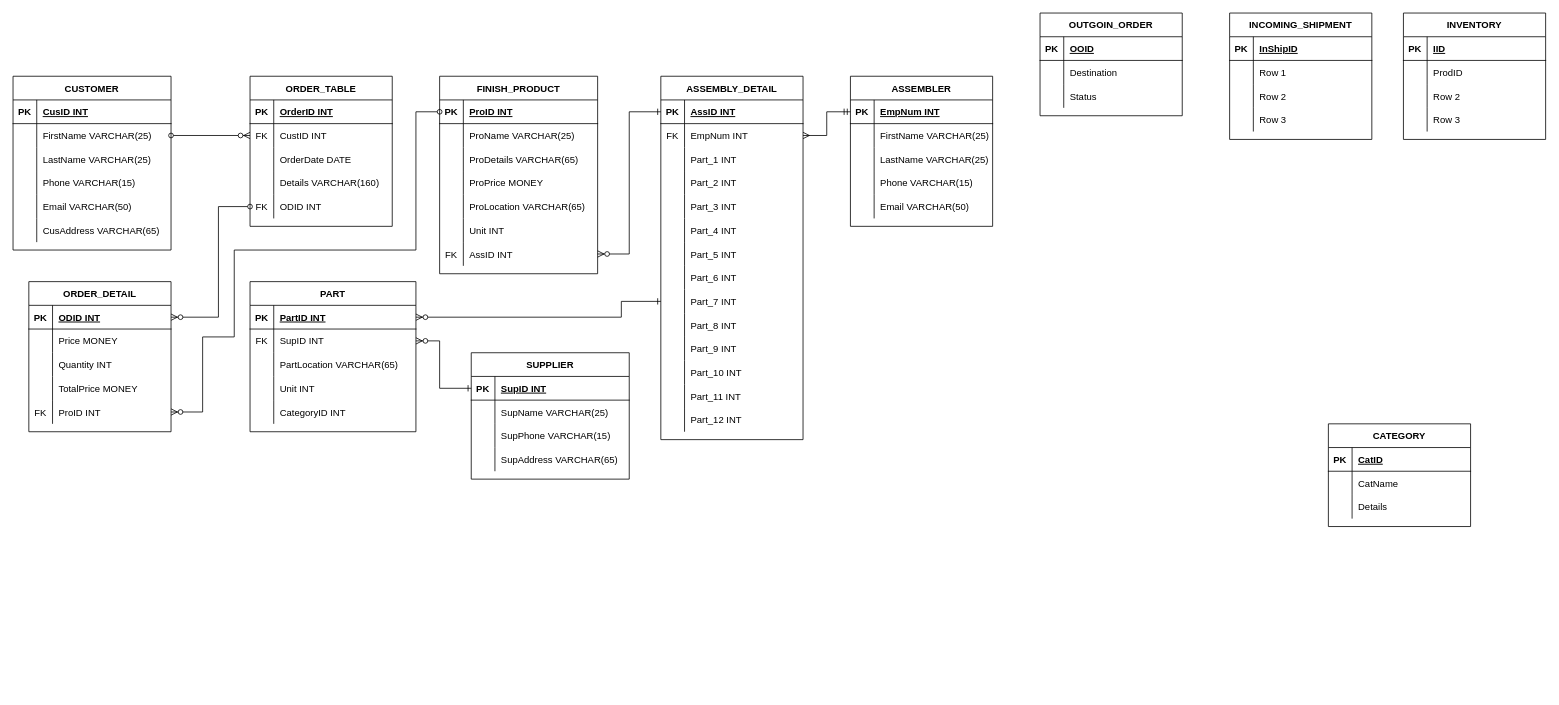
Earlier version of the draw.io diagram Copy of myAssignment1.drawio (trannthany/IT703_Database_FrontEnd). Source tidied: cells renumbered, new cells numbered last; positions are measured from the earlier drawing's top-left corner, leaving out a move shared by most shapes. Both pictures are drawn from the tidied source at 79%, with x=0, y=0 at pixel (13, 13).
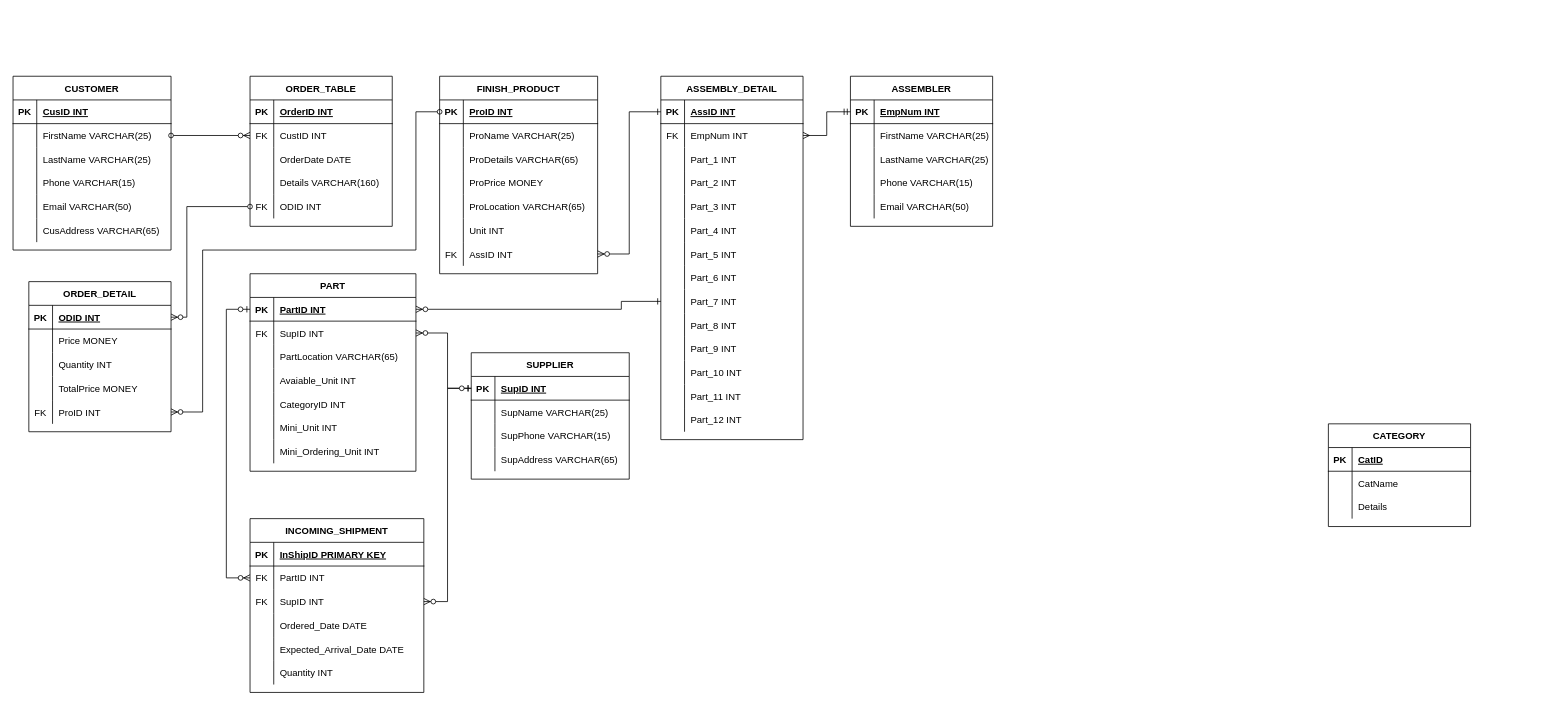
Above is the later version.

The change refers to these unchanged cells:
```xml
<mxCell id="39" style="shape=partialRectangle;fillColor=none;top=0;left=0;bottom=1;right=0;points=[[0,0.5],[1,0.5]];portConstraint=eastwest;" parent="38" vertex="1">
  <mxGeometry y="30" width="200" height="30" as="geometry" />
</mxCell>
<mxCell id="52" style="shape=partialRectangle;fillColor=none;top=0;left=0;bottom=1;right=0;points=[[0,0.5],[1,0.5]];portConstraint=eastwest;" parent="51" vertex="1">
  <mxGeometry y="30" width="210" height="30" as="geometry" />
</mxCell>
<mxCell id="55" style="shape=partialRectangle;fillColor=none;top=0;left=0;bottom=0;right=0;points=[[0,0.5],[1,0.5]];portConstraint=eastwest;" parent="51" vertex="1">
  <mxGeometry y="60" width="210" height="30" as="geometry" />
</mxCell>
<mxCell id="61" style="shape=partialRectangle;fillColor=none;top=0;left=0;bottom=0;right=0;" parent="51" vertex="1">
  <mxGeometry y="120" width="210" height="30" as="geometry" />
</mxCell>
<mxCell id="90" style="shape=partialRectangle;fillColor=none;top=0;left=0;bottom=0;right=0;points=[[0,0.5],[1,0.5]];portConstraint=eastwest;" parent="77" vertex="1">
  <mxGeometry y="150" width="180" height="30" as="geometry" />
</mxCell>
<mxCell id="95" style="shape=partialRectangle;fillColor=none;top=0;left=0;bottom=1;right=0;points=[[0,0.5],[1,0.5]];portConstraint=eastwest;" parent="94" vertex="1">
  <mxGeometry y="30" width="180" height="30" as="geometry" />
</mxCell>
<mxCell id="107" style="shape=partialRectangle;fillColor=none;top=0;left=0;bottom=0;right=0;points=[[0,0.5],[1,0.5]];portConstraint=eastwest;" parent="94" vertex="1">
  <mxGeometry y="150" width="180" height="30" as="geometry" />
</mxCell>
<mxCell id="135" style="shape=partialRectangle;fillColor=none;top=0;left=0;bottom=0;right=0;points=[[0,0.5],[1,0.5]];portConstraint=eastwest;" parent="110" vertex="1">
  <mxGeometry y="270" width="180" height="30" as="geometry" />
</mxCell>
<mxCell id="174" style="shape=partialRectangle;fillColor=none;top=0;left=0;bottom=1;right=0;points=[[0,0.5],[1,0.5]];portConstraint=eastwest;" parent="173" vertex="1">
  <mxGeometry y="30" width="200" height="30" as="geometry" />
</mxCell>
```

The edit, as a diff of the source:
```diff
@@
     <mxCell id="2" value="INCOMING_SHIPMENT" style="shape=table;startSize=30;childLayout=tableLayout;rowLines=0;fontStyle=1;align=center;" parent="1" vertex="1">
-      <mxGeometry x="1540" width="180" height="160" as="geometry" />
+      <mxGeometry x="300" y="640" width="220" height="220" as="geometry" />
     </mxCell>
     <mxCell id="3" style="shape=partialRectangle;fillColor=none;top=0;left=0;bottom=1;right=0;" parent="2" vertex="1">
-      <mxGeometry y="30" width="180" height="30" as="geometry" />
+      <mxGeometry y="30" width="220" height="30" as="geometry" />
     </mxCell>
@@
-    <mxCell id="5" value="InShipID" style="shape=partialRectangle;fillColor=none;top=0;left=0;bottom=0;right=0;align=left;spacingLeft=6;fontStyle=5;overflow=hidden;" parent="3" vertex="1">
-      <mxGeometry x="30" width="150" height="30" as="geometry" />
+    <mxCell id="5" value="InShipID PRIMARY KEY" style="shape=partialRectangle;fillColor=none;top=0;left=0;bottom=0;right=0;align=left;spacingLeft=6;fontStyle=5;overflow=hidden;" parent="3" vertex="1">
+      <mxGeometry x="30" width="190" height="30" as="geometry" />
     </mxCell>
     <mxCell id="6" style="shape=partialRectangle;fillColor=none;top=0;left=0;bottom=0;right=0;points=[[0,0.5],[1,0.5]];portConstraint=eastwest;" parent="2" vertex="1">
-      <mxGeometry y="60" width="180" height="30" as="geometry" />
+      <mxGeometry y="60" width="220" height="30" as="geometry" />
     </mxCell>
-    <mxCell id="7" style="shape=partialRectangle;fillColor=none;top=0;left=0;bottom=0;right=0;overflow=hidden;" parent="6" vertex="1">
+    <mxCell id="7" value="FK" style="shape=partialRectangle;fillColor=none;top=0;left=0;bottom=0;right=0;overflow=hidden;" parent="6" vertex="1">
       <mxGeometry width="30" height="30" as="geometry" />
     </mxCell>
-    <mxCell id="8" value="Row 1" style="shape=partialRectangle;fillColor=none;top=0;left=0;bottom=0;right=0;align=left;spacingLeft=6;overflow=hidden;" parent="6" vertex="1">
-      <mxGeometry x="30" width="150" height="30" as="geometry" />
+    <mxCell id="8" value="PartID INT" style="shape=partialRectangle;fillColor=none;top=0;left=0;bottom=0;right=0;align=left;spacingLeft=6;overflow=hidden;" parent="6" vertex="1">
+      <mxGeometry x="30" width="190" height="30" as="geometry" />
     </mxCell>
     <mxCell id="9" style="shape=partialRectangle;fillColor=none;top=0;left=0;bottom=0;right=0;points=[[0,0.5],[1,0.5]];portConstraint=eastwest;" parent="2" vertex="1">
-      <mxGeometry y="90" width="180" height="30" as="geometry" />
+      <mxGeometry y="90" width="220" height="30" as="geometry" />
     </mxCell>
-    <mxCell id="10" style="shape=partialRectangle;fillColor=none;top=0;left=0;bottom=0;right=0;overflow=hidden;" parent="9" vertex="1">
+    <mxCell id="10" value="FK" style="shape=partialRectangle;fillColor=none;top=0;left=0;bottom=0;right=0;overflow=hidden;" parent="9" vertex="1">
       <mxGeometry width="30" height="30" as="geometry" />
     </mxCell>
-    <mxCell id="11" value="Row 2" style="shape=partialRectangle;fillColor=none;top=0;left=0;bottom=0;right=0;align=left;spacingLeft=6;overflow=hidden;" parent="9" vertex="1">
-      <mxGeometry x="30" width="150" height="30" as="geometry" />
+    <mxCell id="11" value="SupID INT" style="shape=partialRectangle;fillColor=none;top=0;left=0;bottom=0;right=0;align=left;spacingLeft=6;overflow=hidden;" parent="9" vertex="1">
+      <mxGeometry x="30" width="190" height="30" as="geometry" />
     </mxCell>
     <mxCell id="12" style="shape=partialRectangle;fillColor=none;top=0;left=0;bottom=0;right=0;" parent="2" vertex="1">
-      <mxGeometry y="120" width="180" height="30" as="geometry" />
+      <mxGeometry y="120" width="220" height="30" as="geometry" />
     </mxCell>
@@
-    <mxCell id="14" value="Row 3" style="shape=partialRectangle;fillColor=none;top=0;left=0;bottom=0;right=0;align=left;spacingLeft=6;overflow=hidden;" parent="12" vertex="1">
-      <mxGeometry x="30" width="150" height="30" as="geometry" />
+    <mxCell id="14" value="Ordered_Date DATE" style="shape=partialRectangle;fillColor=none;top=0;left=0;bottom=0;right=0;align=left;spacingLeft=6;overflow=hidden;" parent="12" vertex="1">
+      <mxGeometry x="30" width="190" height="30" as="geometry" />
     </mxCell>
-    <mxCell id="15" value="OUTGOIN_ORDER" style="shape=table;startSize=30;childLayout=tableLayout;rowLines=0;fontStyle=1;align=center;" parent="1" vertex="1">
-      <mxGeometry x="1300" width="180" height="130" as="geometry" />
-    </mxCell>
-    <mxCell id="16" style="shape=partialRectangle;fillColor=none;top=0;left=0;bottom=1;right=0;" parent="15" vertex="1">
-      <mxGeometry y="30" width="180" height="30" as="geometry" />
-    </mxCell>
-    <mxCell id="17" value="PK" style="shape=partialRectangle;fillColor=none;top=0;left=0;bottom=0;right=0;fontStyle=1;overflow=hidden;" parent="16" vertex="1">
-      <mxGeometry width="30" height="30" as="geometry" />
-    </mxCell>
-    <mxCell id="18" value="OOID" style="shape=partialRectangle;fillColor=none;top=0;left=0;bottom=0;right=0;align=left;spacingLeft=6;fontStyle=5;overflow=hidden;" parent="16" vertex="1">
-      <mxGeometry x="30" width="150" height="30" as="geometry" />
-    </mxCell>
-    <mxCell id="19" style="shape=partialRectangle;fillColor=none;top=0;left=0;bottom=0;right=0;" parent="15" vertex="1">
-      <mxGeometry y="60" width="180" height="30" as="geometry" />
-    </mxCell>
-    <mxCell id="20" style="shape=partialRectangle;fillColor=none;top=0;left=0;bottom=0;right=0;overflow=hidden;" parent="19" vertex="1">
-      <mxGeometry width="30" height="30" as="geometry" />
-    </mxCell>
-    <mxCell id="21" value="Destination" style="shape=partialRectangle;fillColor=none;top=0;left=0;bottom=0;right=0;align=left;spacingLeft=6;overflow=hidden;" parent="19" vertex="1">
-      <mxGeometry x="30" width="150" height="30" as="geometry" />
-    </mxCell>
-    <mxCell id="22" style="shape=partialRectangle;fillColor=none;top=0;left=0;bottom=0;right=0;" parent="15" vertex="1">
-      <mxGeometry y="90" width="180" height="30" as="geometry" />
-    </mxCell>
-    <mxCell id="23" style="shape=partialRectangle;fillColor=none;top=0;left=0;bottom=0;right=0;overflow=hidden;" parent="22" vertex="1">
-      <mxGeometry width="30" height="30" as="geometry" />
-    </mxCell>
-    <mxCell id="24" value="Status" style="shape=partialRectangle;fillColor=none;top=0;left=0;bottom=0;right=0;align=left;spacingLeft=6;overflow=hidden;" parent="22" vertex="1">
-      <mxGeometry x="30" width="150" height="30" as="geometry" />
-    </mxCell>
-    <mxCell id="25" value="INVENTORY" style="shape=table;startSize=30;childLayout=tableLayout;rowLines=0;fontStyle=1;align=center;" parent="1" vertex="1">
-      <mxGeometry x="1760" width="180" height="160" as="geometry" />
-    </mxCell>
-    <mxCell id="26" style="shape=partialRectangle;fillColor=none;top=0;left=0;bottom=1;right=0;" parent="25" vertex="1">
-      <mxGeometry y="30" width="180" height="30" as="geometry" />
-    </mxCell>
-    <mxCell id="27" value="PK" style="shape=partialRectangle;fillColor=none;top=0;left=0;bottom=0;right=0;fontStyle=1;overflow=hidden;" parent="26" vertex="1">
-      <mxGeometry width="30" height="30" as="geometry" />
-    </mxCell>
-    <mxCell id="28" value="IID" style="shape=partialRectangle;fillColor=none;top=0;left=0;bottom=0;right=0;align=left;spacingLeft=6;fontStyle=5;overflow=hidden;" parent="26" vertex="1">
-      <mxGeometry x="30" width="150" height="30" as="geometry" />
-    </mxCell>
-    <mxCell id="29" style="shape=partialRectangle;fillColor=none;top=0;left=0;bottom=0;right=0;" parent="25" vertex="1">
-      <mxGeometry y="60" width="180" height="30" as="geometry" />
-    </mxCell>
-    <mxCell id="30" style="shape=partialRectangle;fillColor=none;top=0;left=0;bottom=0;right=0;overflow=hidden;" parent="29" vertex="1">
-      <mxGeometry width="30" height="30" as="geometry" />
-    </mxCell>
-    <mxCell id="31" value="ProdID" style="shape=partialRectangle;fillColor=none;top=0;left=0;bottom=0;right=0;align=left;spacingLeft=6;overflow=hidden;" parent="29" vertex="1">
-      <mxGeometry x="30" width="150" height="30" as="geometry" />
-    </mxCell>
-    <mxCell id="32" style="shape=partialRectangle;fillColor=none;top=0;left=0;bottom=0;right=0;" parent="25" vertex="1">
-      <mxGeometry y="90" width="180" height="30" as="geometry" />
-    </mxCell>
-    <mxCell id="33" style="shape=partialRectangle;fillColor=none;top=0;left=0;bottom=0;right=0;overflow=hidden;" parent="32" vertex="1">
-      <mxGeometry width="30" height="30" as="geometry" />
-    </mxCell>
-    <mxCell id="34" value="Row 2" style="shape=partialRectangle;fillColor=none;top=0;left=0;bottom=0;right=0;align=left;spacingLeft=6;overflow=hidden;" parent="32" vertex="1">
-      <mxGeometry x="30" width="150" height="30" as="geometry" />
-    </mxCell>
-    <mxCell id="35" style="shape=partialRectangle;fillColor=none;top=0;left=0;bottom=0;right=0;" parent="25" vertex="1">
-      <mxGeometry y="120" width="180" height="30" as="geometry" />
-    </mxCell>
-    <mxCell id="36" style="shape=partialRectangle;fillColor=none;top=0;left=0;bottom=0;right=0;overflow=hidden;" parent="35" vertex="1">
-      <mxGeometry width="30" height="30" as="geometry" />
-    </mxCell>
-    <mxCell id="37" value="Row 3" style="shape=partialRectangle;fillColor=none;top=0;left=0;bottom=0;right=0;align=left;spacingLeft=6;overflow=hidden;" parent="35" vertex="1">
-      <mxGeometry x="30" width="150" height="30" as="geometry" />
-    </mxCell>
+    <mxCell id="216" style="shape=partialRectangle;fillColor=none;top=0;left=0;bottom=0;right=0;" parent="2" vertex="1">
+      <mxGeometry y="150" width="220" height="30" as="geometry" />
+    </mxCell>
+    <mxCell id="217" style="shape=partialRectangle;fillColor=none;top=0;left=0;bottom=0;right=0;overflow=hidden;" parent="216" vertex="1">
+      <mxGeometry width="30" height="30" as="geometry" />
+    </mxCell>
+    <mxCell id="218" value="Expected_Arrival_Date DATE" style="shape=partialRectangle;fillColor=none;top=0;left=0;bottom=0;right=0;align=left;spacingLeft=6;overflow=hidden;" parent="216" vertex="1">
+      <mxGeometry x="30" width="190" height="30" as="geometry" />
+    </mxCell>
+    <mxCell id="219" style="shape=partialRectangle;fillColor=none;top=0;left=0;bottom=0;right=0;" parent="2" vertex="1">
+      <mxGeometry y="180" width="220" height="30" as="geometry" />
+    </mxCell>
+    <mxCell id="220" style="shape=partialRectangle;fillColor=none;top=0;left=0;bottom=0;right=0;overflow=hidden;" parent="219" vertex="1">
+      <mxGeometry width="30" height="30" as="geometry" />
+    </mxCell>
+    <mxCell id="221" value="Quantity INT" style="shape=partialRectangle;fillColor=none;top=0;left=0;bottom=0;right=0;align=left;spacingLeft=6;overflow=hidden;" parent="219" vertex="1">
+      <mxGeometry x="30" width="190" height="30" as="geometry" />
+    </mxCell>
@@
     <mxCell id="51" value="PART" style="shape=table;startSize=30;childLayout=tableLayout;rowLines=0;fontStyle=1;align=center;" parent="1" vertex="1">
-      <mxGeometry x="300" y="340" width="210" height="190" as="geometry" />
+      <mxGeometry x="300" y="330" width="210" height="250" as="geometry" />
     </mxCell>
@@
-    <mxCell id="63" value="Unit INT" style="shape=partialRectangle;fillColor=none;top=0;left=0;bottom=0;right=0;align=left;spacingLeft=6;overflow=hidden;" parent="61" vertex="1">
+    <mxCell id="63" value="Avaiable_Unit INT" style="shape=partialRectangle;fillColor=none;top=0;left=0;bottom=0;right=0;align=left;spacingLeft=6;overflow=hidden;" parent="61" vertex="1">
       <mxGeometry x="30" width="180" height="30" as="geometry" />
     </mxCell>
@@
+    <mxCell id="222" style="shape=partialRectangle;fillColor=none;top=0;left=0;bottom=0;right=0;" parent="51" vertex="1">
+      <mxGeometry y="180" width="210" height="30" as="geometry" />
+    </mxCell>
+    <mxCell id="223" style="shape=partialRectangle;fillColor=none;top=0;left=0;bottom=0;right=0;overflow=hidden;" parent="222" vertex="1">
+      <mxGeometry width="30" height="30" as="geometry" />
+    </mxCell>
+    <mxCell id="224" value="Mini_Unit INT" style="shape=partialRectangle;fillColor=none;top=0;left=0;bottom=0;right=0;align=left;spacingLeft=6;overflow=hidden;" parent="222" vertex="1">
+      <mxGeometry x="30" width="180" height="30" as="geometry" />
+    </mxCell>
+    <mxCell id="225" style="shape=partialRectangle;fillColor=none;top=0;left=0;bottom=0;right=0;" parent="51" vertex="1">
+      <mxGeometry y="210" width="210" height="30" as="geometry" />
+    </mxCell>
+    <mxCell id="226" style="shape=partialRectangle;fillColor=none;top=0;left=0;bottom=0;right=0;overflow=hidden;" parent="225" vertex="1">
+      <mxGeometry width="30" height="30" as="geometry" />
+    </mxCell>
+    <mxCell id="227" value="Mini_Ordering_Unit INT" style="shape=partialRectangle;fillColor=none;top=0;left=0;bottom=0;right=0;align=left;spacingLeft=6;overflow=hidden;" parent="225" vertex="1">
+      <mxGeometry x="30" width="180" height="30" as="geometry" />
+    </mxCell>
@@
     <mxCell id="93" style="edgeStyle=orthogonalEdgeStyle;rounded=0;jettySize=auto;html=1;exitX=0;exitY=0.5;exitDx=0;exitDy=0;entryX=1;entryY=0.5;entryDx=0;entryDy=0;endArrow=ERzeroToMany;endFill=1;startArrow=ERone;startFill=0;" parent="1" edge="1" source="39" target="55">
       <mxGeometry relative="1" as="geometry">
         <Array as="points">
-          <mxPoint x="540" y="475" />
-          <mxPoint x="540" y="415" />
+          <mxPoint x="550" y="475" />
+          <mxPoint x="550" y="405" />
         </Array>
       </mxGeometry>
     </mxCell>
@@
     <mxCell id="172" style="edgeStyle=orthogonalEdgeStyle;rounded=0;jettySize=auto;html=1;exitX=1;exitY=0.5;exitDx=0;exitDy=0;entryX=0;entryY=0.5;entryDx=0;entryDy=0;startArrow=ERzeroToMany;startFill=1;endArrow=ERone;endFill=0;" parent="1" edge="1" source="52" target="135">
       <mxGeometry relative="1" as="geometry">
         <Array as="points">
-          <mxPoint x="770" y="385" />
+          <mxPoint x="770" y="375" />
           <mxPoint x="770" y="365" />
         </Array>
       </mxGeometry>
     </mxCell>
@@
     <mxCell id="197" style="edgeStyle=orthogonalEdgeStyle;rounded=0;jettySize=auto;html=1;entryX=1;entryY=0.5;entryDx=0;entryDy=0;startArrow=oval;startFill=0;endArrow=ERzeroToMany;endFill=1;exitX=0;exitY=0.5;exitDx=0;exitDy=0;" parent="1" edge="1" source="90" target="95">
       <mxGeometry relative="1" as="geometry">
         <Array as="points">
-          <mxPoint x="260" y="245" />
-          <mxPoint x="260" y="385" />
+          <mxPoint x="220" y="245" />
+          <mxPoint x="220" y="385" />
         </Array>
       </mxGeometry>
     </mxCell>
     <mxCell id="198" style="edgeStyle=orthogonalEdgeStyle;rounded=0;jettySize=auto;html=1;exitX=0;exitY=0.5;exitDx=0;exitDy=0;entryX=1;entryY=0.5;entryDx=0;entryDy=0;startArrow=oval;startFill=0;endArrow=ERzeroToMany;endFill=1;" parent="1" edge="1" source="174" target="107">
       <mxGeometry relative="1" as="geometry">
         <Array as="points">
           <mxPoint x="510" y="125" />
           <mxPoint x="510" y="300" />
-          <mxPoint x="280" y="300" />
-          <mxPoint x="280" y="410" />
-          <mxPoint x="240" y="410" />
+          <mxPoint x="240" y="300" />
           <mxPoint x="240" y="505" />
         </Array>
       </mxGeometry>
     </mxCell>
@@
+    <mxCell id="228" style="edgeStyle=orthogonalEdgeStyle;rounded=0;jettySize=auto;html=1;exitX=0;exitY=0.5;exitDx=0;exitDy=0;entryX=0;entryY=0.5;entryDx=0;entryDy=0;startArrow=ERzeroToMany;startFill=1;endArrow=ERzeroToOne;endFill=1;" parent="1" edge="1" source="6" target="52">
+      <mxGeometry relative="1" as="geometry">
+        <Array as="points">
+          <mxPoint x="270" y="715" />
+          <mxPoint x="270" y="375" />
+        </Array>
+      </mxGeometry>
+    </mxCell>
+    <mxCell id="229" style="edgeStyle=orthogonalEdgeStyle;rounded=0;jettySize=auto;html=1;exitX=1;exitY=0.5;exitDx=0;exitDy=0;entryX=0;entryY=0.5;entryDx=0;entryDy=0;startArrow=ERzeroToMany;startFill=1;endArrow=ERzeroToOne;endFill=1;" parent="1" edge="1" source="9" target="39">
+      <mxGeometry relative="1" as="geometry">
+        <Array as="points">
+          <mxPoint x="550" y="745" />
+          <mxPoint x="550" y="475" />
+        </Array>
+      </mxGeometry>
+    </mxCell>
```
